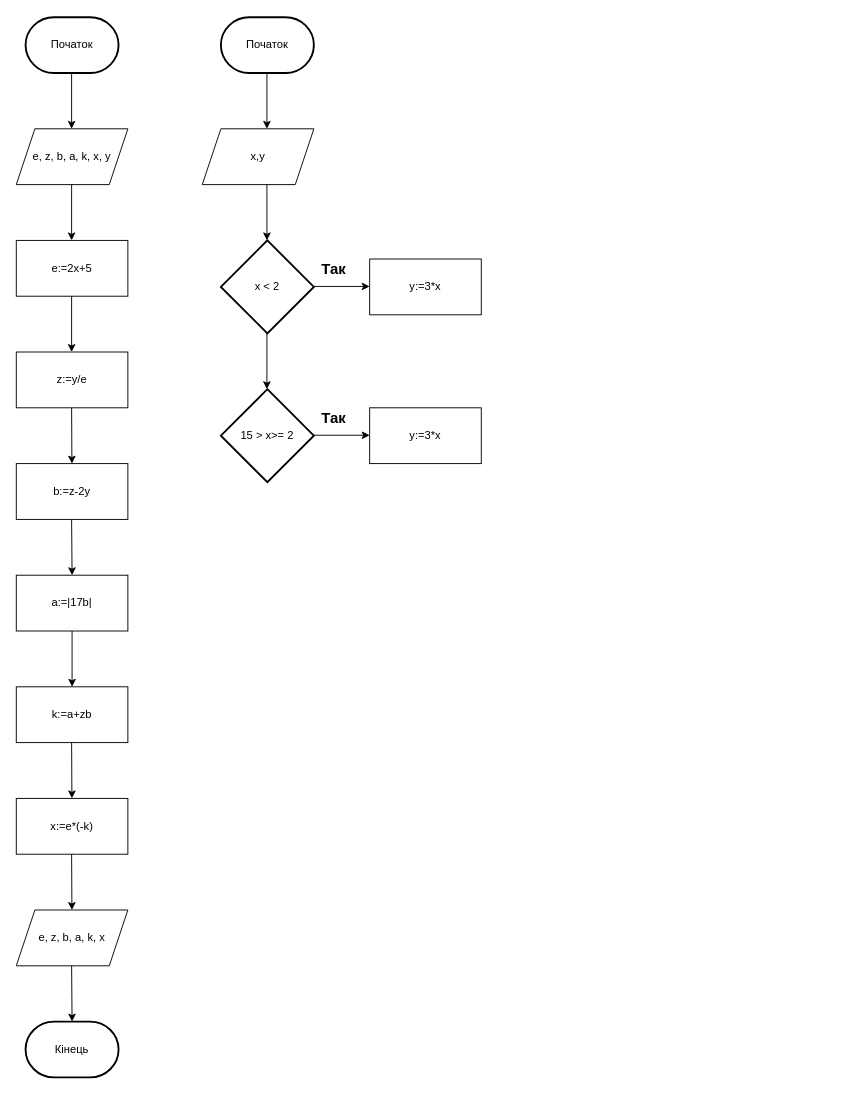
This is Основи алгоритмізації.drawio from xadeyll/Diagrams_P-23_Puzankov, a draw.io file, before an edit. Source tidied: cells renumbered, new cells numbered last; positions are measured from the earlier drawing's top-left corner, leaving out a move shared by most shapes. Both pictures are drawn from the tidied source at 93%, with x=0, y=0 at pixel (16, 17).
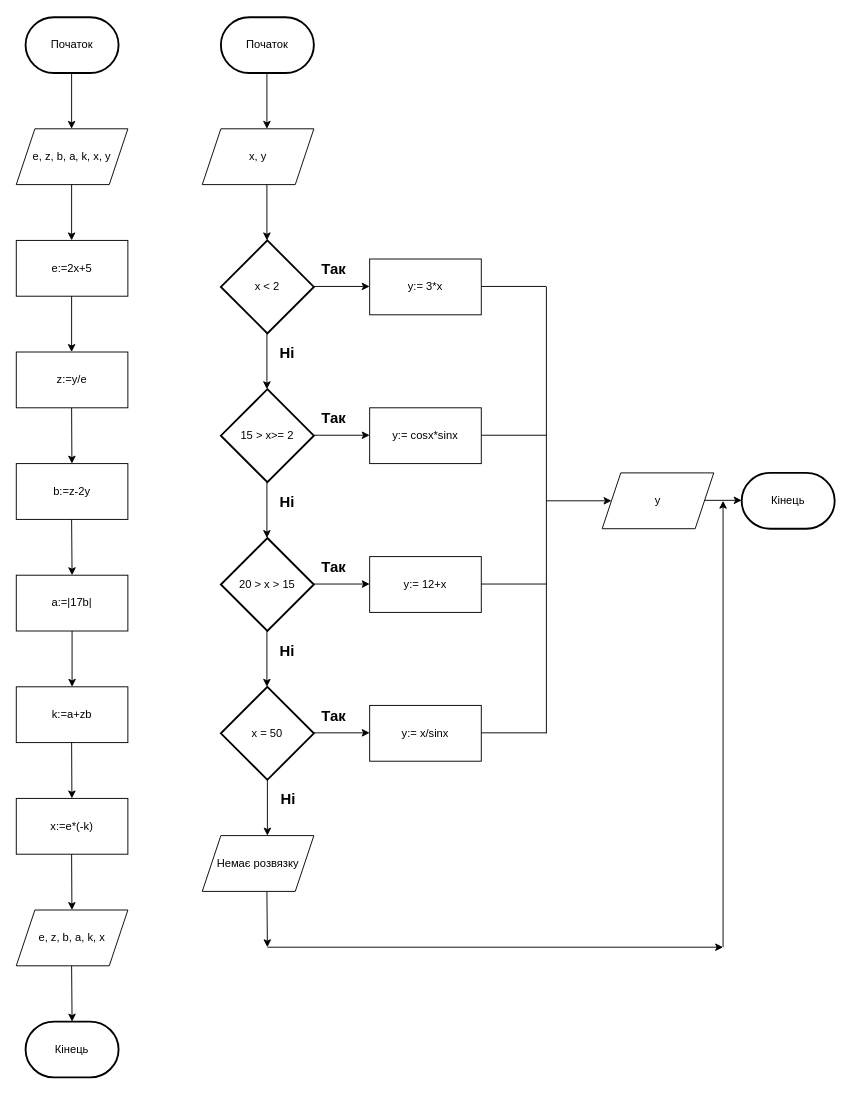
The same diagram, later.

The change refers to these unchanged cells:
```xml
<mxCell id="26" style="endArrow=classic;html=1;rounded=0;" parent="1" edge="1">
  <mxGeometry relative="1" as="geometry">
    <mxPoint x="269.5" y="340" as="sourcePoint" />
    <mxPoint x="269.5" y="400" as="targetPoint" />
  </mxGeometry>
</mxCell>
```

The edit, as a diff of the source:
```diff
@@
-    <mxCell id="22" value="x,y" style="shape=parallelogram;perimeter=parallelogramPerimeter;whiteSpace=wrap;html=1;fixedSize=1;" parent="1" vertex="1">
+    <mxCell id="22" value="x, y" style="shape=parallelogram;perimeter=parallelogramPerimeter;whiteSpace=wrap;html=1;fixedSize=1;" parent="1" vertex="1">
       <mxGeometry x="200" y="120" width="120" height="60" as="geometry" />
     </mxCell>
@@
+    <mxCell id="34" value="Ні" style="edgeLabel;html=1;align=center;verticalAlign=middle;rotation=0;fontSize=16;fontStyle=1;" parent="26" vertex="1">
+      <mxGeometry x="-0.3" relative="1" as="geometry">
+        <mxPoint x="21" y="-1" as="offset" />
+      </mxGeometry>
+    </mxCell>
@@
-    <mxCell id="30" value="y:=3*x" style="rounded=0;whiteSpace=wrap;html=1;" parent="1" vertex="1">
+    <mxCell id="30" value="y:= 3*x" style="rounded=0;whiteSpace=wrap;html=1;" parent="1" vertex="1">
       <mxGeometry x="380" y="260" width="120" height="60" as="geometry" />
     </mxCell>
@@
-    <mxCell id="33" value="y:=3*x" style="rounded=0;whiteSpace=wrap;html=1;" parent="1" vertex="1">
+    <mxCell id="33" value="y:= cosx*sinx" style="rounded=0;whiteSpace=wrap;html=1;" parent="1" vertex="1">
       <mxGeometry x="380" y="420" width="120" height="60" as="geometry" />
     </mxCell>
+    <mxCell id="35" value="x = 50" style="strokeWidth=2;html=1;shape=mxgraph.flowchart.decision;whiteSpace=wrap;" parent="1" vertex="1">
+      <mxGeometry x="220" y="720" width="100" height="100" as="geometry" />
+    </mxCell>
+    <mxCell id="36" style="endArrow=classic;html=1;rounded=0;" parent="1" edge="1">
+      <mxGeometry relative="1" as="geometry">
+        <mxPoint x="269.5" y="500" as="sourcePoint" />
+        <mxPoint x="269.5" y="560" as="targetPoint" />
+      </mxGeometry>
+    </mxCell>
+    <mxCell id="37" value="Ні" style="edgeLabel;html=1;align=center;verticalAlign=middle;rotation=0;fontSize=16;fontStyle=1;" parent="36" vertex="1">
+      <mxGeometry x="-0.3" relative="1" as="geometry">
+        <mxPoint x="21" y="-1" as="offset" />
+      </mxGeometry>
+    </mxCell>
+    <mxCell id="38" style="endArrow=classic;html=1;rounded=0;" parent="1" edge="1">
+      <mxGeometry relative="1" as="geometry">
+        <mxPoint x="320" y="609.5" as="sourcePoint" />
+        <mxPoint x="380" y="609.5" as="targetPoint" />
+      </mxGeometry>
+    </mxCell>
+    <mxCell id="39" value="Так" style="edgeLabel;html=1;align=center;verticalAlign=middle;fontSize=16;fontStyle=1;" parent="38" vertex="1">
+      <mxGeometry x="0.03" relative="1" as="geometry">
+        <mxPoint x="-11" y="-19" as="offset" />
+      </mxGeometry>
+    </mxCell>
+    <mxCell id="40" value="y:= 12+x" style="rounded=0;whiteSpace=wrap;html=1;" parent="1" vertex="1">
+      <mxGeometry x="380" y="580" width="120" height="60" as="geometry" />
+    </mxCell>
+    <mxCell id="41" style="endArrow=classic;html=1;rounded=0;" parent="1" edge="1">
+      <mxGeometry relative="1" as="geometry">
+        <mxPoint x="269.5" y="660" as="sourcePoint" />
+        <mxPoint x="269.5" y="720" as="targetPoint" />
+      </mxGeometry>
+    </mxCell>
+    <mxCell id="42" value="Ні" style="edgeLabel;html=1;align=center;verticalAlign=middle;rotation=0;fontSize=16;fontStyle=1;" parent="41" vertex="1">
+      <mxGeometry x="-0.3" relative="1" as="geometry">
+        <mxPoint x="21" y="-1" as="offset" />
+      </mxGeometry>
+    </mxCell>
+    <mxCell id="43" value="20 &amp;gt; x &amp;gt; 15" style="strokeWidth=2;html=1;shape=mxgraph.flowchart.decision;whiteSpace=wrap;" parent="1" vertex="1">
+      <mxGeometry x="220" y="560" width="100" height="100" as="geometry" />
+    </mxCell>
+    <mxCell id="44" style="endArrow=classic;html=1;rounded=0;" parent="1" edge="1">
+      <mxGeometry relative="1" as="geometry">
+        <mxPoint x="320" y="769.5" as="sourcePoint" />
+        <mxPoint x="380" y="769.5" as="targetPoint" />
+      </mxGeometry>
+    </mxCell>
+    <mxCell id="45" value="Так" style="edgeLabel;html=1;align=center;verticalAlign=middle;fontSize=16;fontStyle=1;" parent="44" vertex="1">
+      <mxGeometry x="0.03" relative="1" as="geometry">
+        <mxPoint x="-11" y="-19" as="offset" />
+      </mxGeometry>
+    </mxCell>
+    <mxCell id="46" value="y:= x/sinx" style="rounded=0;whiteSpace=wrap;html=1;" parent="1" vertex="1">
+      <mxGeometry x="380" y="740" width="120" height="60" as="geometry" />
+    </mxCell>
+    <mxCell id="47" style="endArrow=classic;html=1;rounded=0;" parent="1" edge="1">
+      <mxGeometry relative="1" as="geometry">
+        <mxPoint x="270" y="820" as="sourcePoint" />
+        <mxPoint x="270" y="880" as="targetPoint" />
+      </mxGeometry>
+    </mxCell>
+    <mxCell id="48" value="Ні" style="edgeLabel;html=1;align=center;verticalAlign=middle;rotation=0;fontSize=16;fontStyle=1;" parent="47" vertex="1">
+      <mxGeometry x="-0.3" relative="1" as="geometry">
+        <mxPoint x="21" y="-1" as="offset" />
+      </mxGeometry>
+    </mxCell>
+    <mxCell id="49" value="Немає розвязку" style="shape=parallelogram;perimeter=parallelogramPerimeter;whiteSpace=wrap;html=1;fixedSize=1;" parent="1" vertex="1">
+      <mxGeometry x="200" y="880" width="120" height="60" as="geometry" />
+    </mxCell>
+    <mxCell id="50" style="endArrow=none;html=1;rounded=0;" parent="1" edge="1">
+      <mxGeometry relative="1" as="geometry">
+        <mxPoint x="500" y="289.5" as="sourcePoint" />
+        <mxPoint x="570" y="289.5" as="targetPoint" />
+      </mxGeometry>
+    </mxCell>
+    <mxCell id="51" style="endArrow=none;html=1;rounded=0;" parent="1" edge="1">
+      <mxGeometry relative="1" as="geometry">
+        <mxPoint x="500" y="449.5" as="sourcePoint" />
+        <mxPoint x="570" y="449.5" as="targetPoint" />
+      </mxGeometry>
+    </mxCell>
+    <mxCell id="52" style="endArrow=none;html=1;rounded=0;" parent="1" edge="1">
+      <mxGeometry relative="1" as="geometry">
+        <mxPoint x="500" y="609.5" as="sourcePoint" />
+        <mxPoint x="570" y="609.5" as="targetPoint" />
+      </mxGeometry>
+    </mxCell>
+    <mxCell id="53" style="endArrow=none;html=1;rounded=0;" parent="1" edge="1">
+      <mxGeometry relative="1" as="geometry">
+        <mxPoint x="500" y="769.5" as="sourcePoint" />
+        <mxPoint x="570" y="769.5" as="targetPoint" />
+      </mxGeometry>
+    </mxCell>
+    <mxCell id="54" style="endArrow=none;html=1;rounded=0;" parent="1" edge="1">
+      <mxGeometry relative="1" as="geometry">
+        <mxPoint x="570" y="770" as="sourcePoint" />
+        <mxPoint x="570" y="290" as="targetPoint" />
+      </mxGeometry>
+    </mxCell>
+    <mxCell id="55" style="endArrow=classic;html=1;rounded=0;" parent="1" edge="1">
+      <mxGeometry relative="1" as="geometry">
+        <mxPoint x="570" y="520" as="sourcePoint" />
+        <mxPoint x="640" y="520" as="targetPoint" />
+      </mxGeometry>
+    </mxCell>
+    <mxCell id="56" value="y" style="shape=parallelogram;perimeter=parallelogramPerimeter;whiteSpace=wrap;html=1;fixedSize=1;" parent="1" vertex="1">
+      <mxGeometry x="630" y="490" width="120" height="60" as="geometry" />
+    </mxCell>
+    <mxCell id="57" style="endArrow=classic;html=1;rounded=0;" parent="1" edge="1">
+      <mxGeometry relative="1" as="geometry">
+        <mxPoint x="740" y="519.5" as="sourcePoint" />
+        <mxPoint x="780" y="519.5" as="targetPoint" />
+      </mxGeometry>
+    </mxCell>
+    <mxCell id="58" value="Кінець" style="strokeWidth=2;html=1;shape=mxgraph.flowchart.terminator;whiteSpace=wrap;" parent="1" vertex="1">
+      <mxGeometry x="780" y="490" width="100" height="60" as="geometry" />
+    </mxCell>
+    <mxCell id="59" style="endArrow=classic;html=1;rounded=0;" parent="1" edge="1">
+      <mxGeometry relative="1" as="geometry">
+        <mxPoint x="269.5" y="940" as="sourcePoint" />
+        <mxPoint x="270" y="1000" as="targetPoint" />
+      </mxGeometry>
+    </mxCell>
+    <mxCell id="60" style="endArrow=classic;html=1;rounded=0;" parent="1" edge="1">
+      <mxGeometry relative="1" as="geometry">
+        <mxPoint x="270" y="1000" as="sourcePoint" />
+        <mxPoint x="760" y="1000" as="targetPoint" />
+      </mxGeometry>
+    </mxCell>
+    <mxCell id="61" style="endArrow=classic;html=1;rounded=0;" parent="1" edge="1">
+      <mxGeometry relative="1" as="geometry">
+        <mxPoint x="760" y="1000" as="sourcePoint" />
+        <mxPoint x="760" y="520" as="targetPoint" />
+      </mxGeometry>
+    </mxCell>
```
